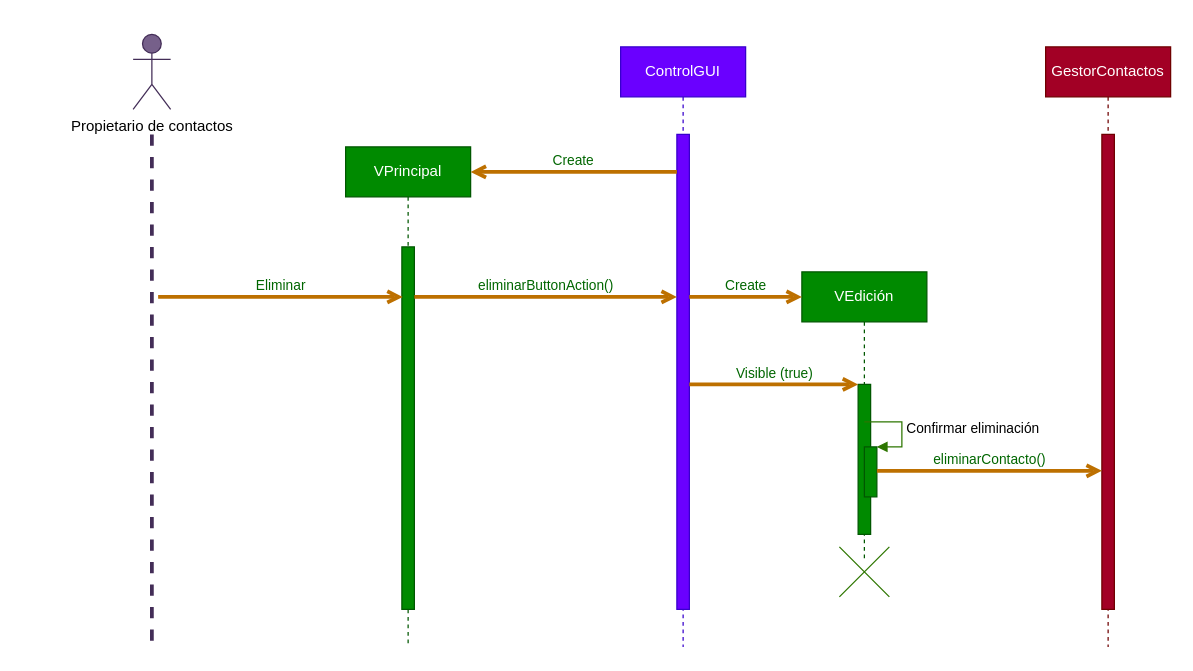
Earlier version of the draw.io diagram diagramas/diagramas de secuencia/secuenciaC2_Eliminar.drawio (JuanCarlosGarciaZepeda/SmartScheduler). Source tidied: cells renumbered, new cells numbered last; positions are measured from the earlier drawing's top-left corner, leaving out a move shared by most shapes. Both pictures are drawn from the tidied source at 125%, with x=0, y=0 at pixel (132, 34).
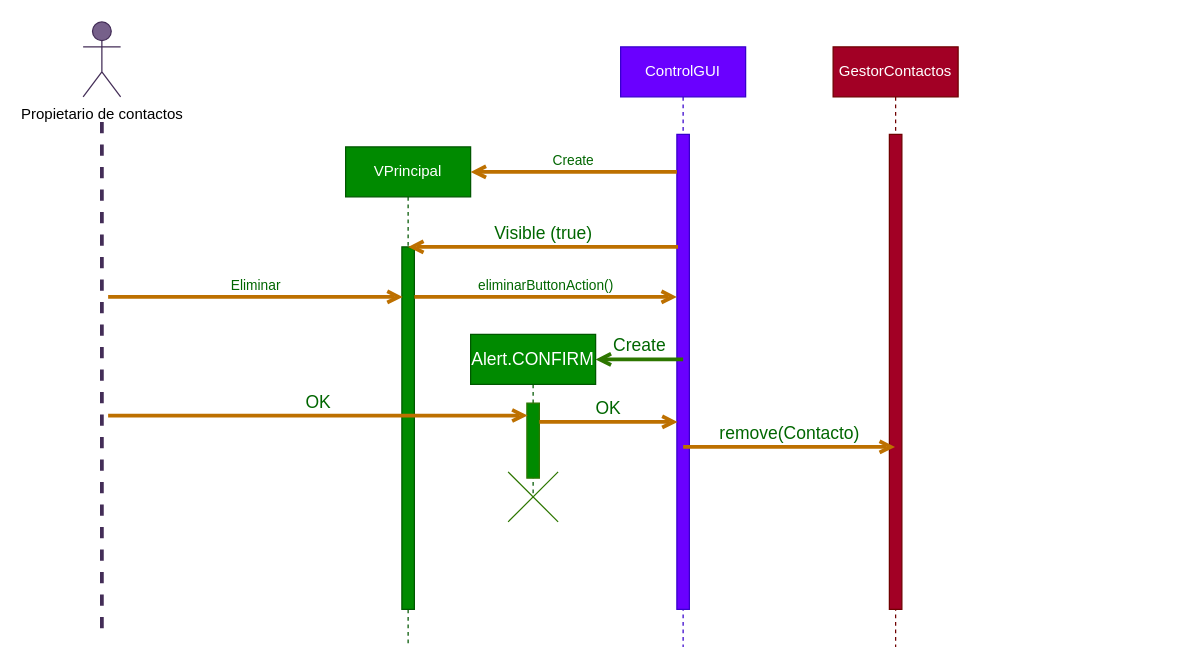
The same diagram, later.

Unchanged cells that the change refers to:
```xml
<mxCell id="5" style="html=1;points=[];perimeter=orthogonalPerimeter;fillColor=#008a00;strokeColor=#005700;fontColor=#ffffff;" parent="4" vertex="1">
  <mxGeometry x="45" y="80" width="10" height="290" as="geometry" />
</mxCell>
<mxCell id="7" style="html=1;points=[];perimeter=orthogonalPerimeter;fillColor=#6a00ff;strokeColor=#3700CC;fontColor=#ffffff;" parent="6" vertex="1">
  <mxGeometry x="45" y="70" width="10" height="380" as="geometry" />
</mxCell>
<mxCell id="19" style="html=1;points=[];perimeter=orthogonalPerimeter;fillColor=#a20025;strokeColor=#6F0000;fontColor=#ffffff;" parent="18" vertex="1">
  <mxGeometry x="45" y="70" width="10" height="380" as="geometry" />
</mxCell>
```

Change to the diagram source:
```diff
@@
     <mxCell id="2" value="Propietario de contactos" style="shape=umlActor;verticalLabelPosition=bottom;verticalAlign=top;html=1;fillColor=#76608a;strokeColor=#432D57;fontColor=#000000;" parent="1" vertex="1">
-      <mxGeometry width="30" height="60" as="geometry" />
+      <mxGeometry x="-40" y="-10" width="30" height="60" as="geometry" />
     </mxCell>
     <mxCell id="3" style="endArrow=none;startArrow=none;endFill=0;startFill=0;endSize=8;html=1;verticalAlign=bottom;labelBackgroundColor=none;strokeWidth=3;fillColor=#76608a;strokeColor=#432D57;dashed=1;" parent="1" edge="1">
       <mxGeometry relative="1" as="geometry">
-        <mxPoint x="15" y="80" as="sourcePoint" />
-        <mxPoint x="15" y="490" as="targetPoint" />
+        <mxPoint x="-25" y="70" as="sourcePoint" />
+        <mxPoint x="-25" y="480" as="targetPoint" />
       </mxGeometry>
     </mxCell>
@@
     <mxCell id="8" value="Eliminar" style="html=1;verticalAlign=bottom;labelBackgroundColor=none;endArrow=open;endFill=0;fontColor=#006600;strokeWidth=3;fillColor=#f0a30a;strokeColor=#BD7000;entryX=0.067;entryY=0.138;entryDx=0;entryDy=0;entryPerimeter=0;" parent="1" edge="1" target="5">
       <mxGeometry relative="1" as="geometry">
-        <mxPoint x="20" y="210" as="sourcePoint" />
+        <mxPoint x="-20" y="210" as="sourcePoint" />
       </mxGeometry>
     </mxCell>
@@
-    <mxCell id="11" value="VEdición" style="shape=umlLifeline;perimeter=lifelinePerimeter;whiteSpace=wrap;html=1;fillColor=#008a00;strokeColor=#005700;fontColor=#ffffff;" parent="1" vertex="1">
-      <mxGeometry x="535" y="190" width="100" height="230" as="geometry" />
-    </mxCell>
-    <mxCell id="12" style="html=1;points=[];perimeter=orthogonalPerimeter;fillColor=#008a00;strokeColor=#005700;fontColor=#ffffff;" parent="11" vertex="1">
-      <mxGeometry x="45" y="90" width="10" height="120" as="geometry" />
-    </mxCell>
-    <mxCell id="13" style="html=1;points=[];perimeter=orthogonalPerimeter;fillColor=#008a00;strokeColor=#005700;shadow=0;fontColor=#ffffff;labelBackgroundColor=#ffffff;" parent="1" vertex="1">
-      <mxGeometry x="585" y="330" width="10" height="40" as="geometry" />
-    </mxCell>
-    <mxCell id="14" value="Confirmar eliminación" style="edgeStyle=orthogonalEdgeStyle;html=1;align=left;spacingLeft=2;endArrow=block;rounded=0;entryX=1;entryY=0;fillColor=#60a917;strokeColor=#2D7600;shadow=0;fontColor=#000000;labelBackgroundColor=#ffffff;" parent="1" edge="1" target="13">
-      <mxGeometry relative="1" as="geometry">
-        <mxPoint x="585" y="310" as="sourcePoint" />
-        <Array as="points">
-          <mxPoint x="615" y="310" />
-        </Array>
-      </mxGeometry>
-    </mxCell>
-    <mxCell id="15" value="Create" style="html=1;verticalAlign=bottom;labelBackgroundColor=none;endArrow=open;endFill=0;fontColor=#006600;strokeWidth=3;fillColor=#f0a30a;strokeColor=#BD7000;" parent="1" edge="1" source="7">
-      <mxGeometry relative="1" as="geometry">
-        <mxPoint x="535" y="210" as="targetPoint" />
-      </mxGeometry>
-    </mxCell>
-    <mxCell id="16" value="Visible (true)" style="html=1;verticalAlign=bottom;labelBackgroundColor=none;endArrow=open;endFill=0;fontColor=#006600;strokeWidth=3;fillColor=#f0a30a;strokeColor=#BD7000;" parent="1" edge="1" source="7" target="12">
-      <mxGeometry relative="1" as="geometry" />
-    </mxCell>
-    <mxCell id="17" style="shape=umlDestroy;dashed=0;fillColor=#60a917;strokeColor=#2D7600;fontColor=#ffffff;" parent="1" vertex="1">
-      <mxGeometry x="565" y="410" width="40" height="40" as="geometry" />
-    </mxCell>
     <mxCell id="18" value="GestorContactos" style="shape=umlLifeline;perimeter=lifelinePerimeter;whiteSpace=wrap;html=1;outlineConnect=0;fillColor=#a20025;strokeColor=#6F0000;fontColor=#ffffff;" parent="1" vertex="1">
-      <mxGeometry x="730" y="10" width="100" height="480" as="geometry" />
+      <mxGeometry x="560" y="10" width="100" height="480" as="geometry" />
     </mxCell>
@@
-    <mxCell id="20" value="eliminarContacto()" style="html=1;verticalAlign=bottom;labelBackgroundColor=none;endArrow=open;endFill=0;fontColor=#006600;strokeWidth=3;fillColor=#f0a30a;strokeColor=#BD7000;exitX=1.006;exitY=0.479;exitDx=0;exitDy=0;exitPerimeter=0;" parent="1" edge="1" source="13" target="19">
-      <mxGeometry relative="1" as="geometry" />
-    </mxCell>
+    <mxCell id="16" value="Visible (true)" style="html=1;verticalAlign=bottom;labelBackgroundColor=none;endArrow=open;endFill=0;fontColor=#006600;strokeWidth=3;fillColor=#f0a30a;strokeColor=#BD7000;fontSize=14;" parent="1" edge="1">
+      <mxGeometry relative="1" as="geometry">
+        <mxPoint x="435.9" y="170" as="sourcePoint" />
+        <mxPoint x="220" y="170" as="targetPoint" />
+      </mxGeometry>
+    </mxCell>
+    <mxCell id="21" value="Alert.CONFIRM" style="shape=umlLifeline;perimeter=lifelinePerimeter;whiteSpace=wrap;html=1;fontColor=#ffffff;strokeColor=#005700;fillColor=#008A00;fontSize=14;" parent="1" vertex="1">
+      <mxGeometry x="270" y="240" width="100" height="130" as="geometry" />
+    </mxCell>
+    <mxCell id="22" style="html=1;points=[];perimeter=orthogonalPerimeter;strokeColor=#2D7600;fontColor=#ffffff;fillColor=#008A00;fontSize=14;" parent="21" vertex="1">
+      <mxGeometry x="45" y="55" width="10" height="60" as="geometry" />
+    </mxCell>
+    <mxCell id="15" value="Create" style="html=1;verticalAlign=bottom;labelBackgroundColor=none;endArrow=open;endFill=0;fontColor=#006600;strokeWidth=3;fillColor=#60a917;strokeColor=#2D7600;fontSize=14;" parent="1" edge="1">
+      <mxGeometry relative="1" as="geometry">
+        <mxPoint x="440" y="260" as="sourcePoint" />
+        <mxPoint x="370" y="260" as="targetPoint" />
+      </mxGeometry>
+    </mxCell>
+    <mxCell id="23" style="shape=umlDestroy;dashed=0;fillColor=#60a917;strokeColor=#2D7600;fontColor=#ffffff;fontSize=14;" parent="1" vertex="1">
+      <mxGeometry x="300" y="350" width="40" height="40" as="geometry" />
+    </mxCell>
+    <mxCell id="24" value="OK" style="html=1;verticalAlign=bottom;labelBackgroundColor=none;endArrow=open;endFill=0;fontColor=#006600;strokeWidth=3;fillColor=#f0a30a;strokeColor=#BD7000;entryX=0.057;entryY=0.165;entryDx=0;entryDy=0;entryPerimeter=0;fontSize=14;" parent="1" edge="1" target="22">
+      <mxGeometry relative="1" as="geometry">
+        <mxPoint x="-20" y="305" as="sourcePoint" />
+      </mxGeometry>
+    </mxCell>
+    <mxCell id="25" value="OK" style="html=1;verticalAlign=bottom;labelBackgroundColor=none;endArrow=open;endFill=0;fontColor=#006600;strokeWidth=3;fillColor=#f0a30a;strokeColor=#BD7000;fontSize=14;" parent="1" edge="1" source="22">
+      <mxGeometry relative="1" as="geometry">
+        <mxPoint x="435.6" y="310" as="targetPoint" />
+      </mxGeometry>
+    </mxCell>
+    <mxCell id="26" value="remove(Contacto)" style="html=1;verticalAlign=bottom;labelBackgroundColor=none;endArrow=open;endFill=0;fontColor=#006600;strokeWidth=3;fillColor=#f0a30a;strokeColor=#BD7000;fontSize=14;" parent="1" edge="1" target="18">
+      <mxGeometry relative="1" as="geometry">
+        <mxPoint x="440" y="330" as="sourcePoint" />
+      </mxGeometry>
+    </mxCell>
```
